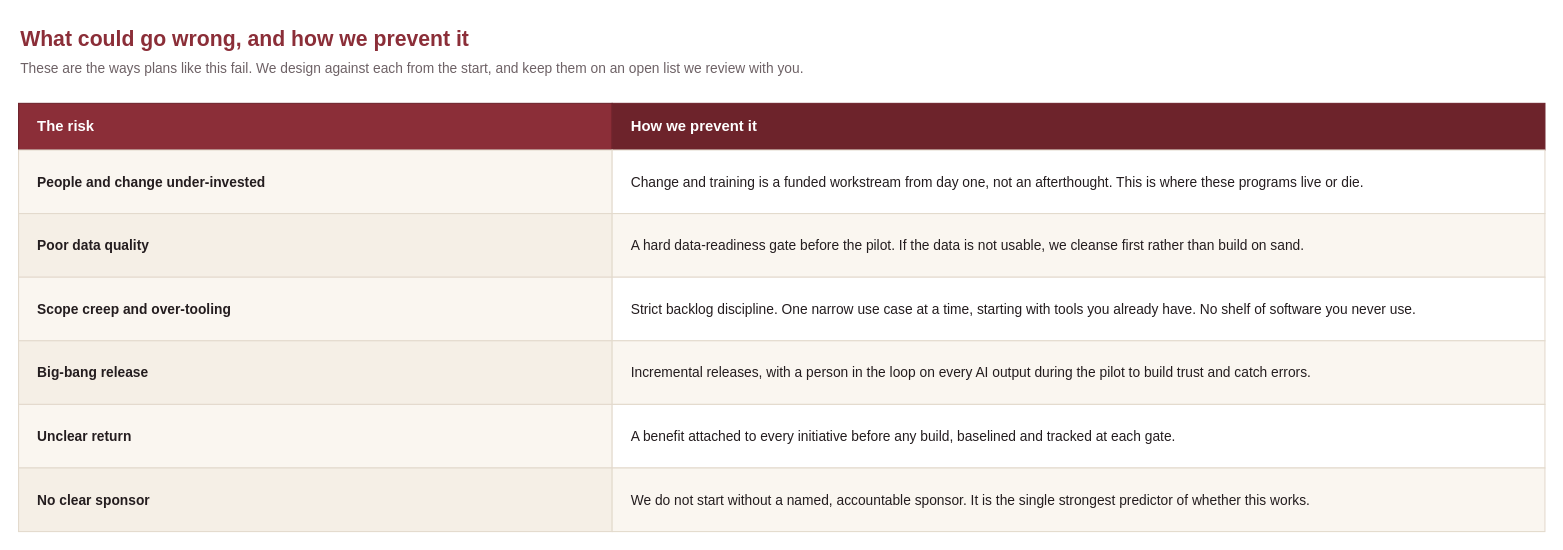
ademczuk/top-spirit-delivery keeps this draw.io diagram as diagrams/8-risk.drawio. Above is the earlier version. Source tidied: cells renumbered, new cells numbered last; positions are measured from the earlier drawing's top-left corner, leaving out a move shared by most shapes. Both pictures are drawn from the tidied source at 106%, with x=0, y=0 at pixel (18, 18).
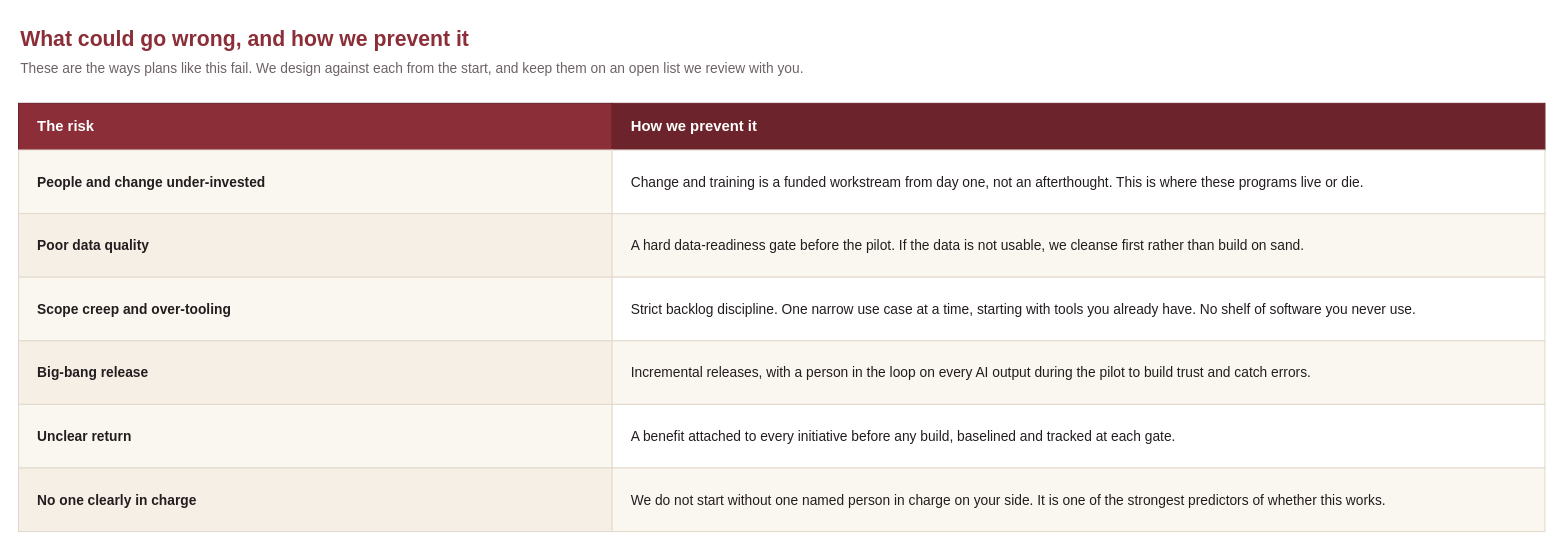
After the change.

What changed in the source:
```diff
@@
 <mxGraphModel background="#ffffff">
   <root>
     <mxCell id="0" />
     <mxCell id="1" parent="0" />
     <mxCell id="2" value="What could go wrong, and how we prevent it" style="text;html=1;align=left;verticalAlign=middle;fontColor=#8b2e38;fontSize=20;fontStyle=1;" parent="1" vertex="1">
       <mxGeometry width="1420" height="36" as="geometry" />
     </mxCell>
     <mxCell id="3" value="These are the ways plans like this fail. We design against each from the start, and keep them on an open list we review with you." style="text;html=1;align=left;verticalAlign=middle;fontColor=#6e6266;fontSize=13;" parent="1" vertex="1">
       <mxGeometry y="36" width="1420" height="22" as="geometry" />
     </mxCell>
     <mxCell id="4" value="The risk" style="rounded=0;html=1;whiteSpace=wrap;fillColor=#8b2e38;strokeColor=#6d232b;fontColor=#ffffff;fontSize=14;fontStyle=1;align=left;verticalAlign=middle;spacingLeft=16;" parent="1" vertex="1">
       <mxGeometry y="80" width="560" height="44" as="geometry" />
     </mxCell>
     <mxCell id="5" value="How we prevent it" style="rounded=0;html=1;whiteSpace=wrap;fillColor=#6d232b;strokeColor=#6d232b;fontColor=#ffffff;fontSize=14;fontStyle=1;align=left;verticalAlign=middle;spacingLeft=16;" parent="1" vertex="1">
       <mxGeometry x="560" y="80" width="880" height="44" as="geometry" />
     </mxCell>
     <mxCell id="6" value="People and change under-invested" style="rounded=0;html=1;whiteSpace=wrap;fillColor=#faf6f0;strokeColor=#e3dacd;fontColor=#241d1f;fontSize=13;align=left;verticalAlign=middle;spacingLeft=16;fontStyle=1;" parent="1" vertex="1">
       <mxGeometry y="124" width="560" height="60" as="geometry" />
     </mxCell>
     <mxCell id="7" value="Change and training is a funded workstream from day one, not an afterthought. This is where these programs live or die." style="rounded=0;html=1;whiteSpace=wrap;fillColor=#ffffff;strokeColor=#e3dacd;fontColor=#241d1f;fontSize=13;align=left;verticalAlign=middle;spacingLeft=16;" parent="1" vertex="1">
       <mxGeometry x="560" y="124" width="880" height="60" as="geometry" />
     </mxCell>
     <mxCell id="8" value="Poor data quality" style="rounded=0;html=1;whiteSpace=wrap;fillColor=#f5efe6;strokeColor=#e3dacd;fontColor=#241d1f;fontSize=13;align=left;verticalAlign=middle;spacingLeft=16;fontStyle=1;" parent="1" vertex="1">
       <mxGeometry y="184" width="560" height="60" as="geometry" />
     </mxCell>
     <mxCell id="9" value="A hard data-readiness gate before the pilot. If the data is not usable, we cleanse first rather than build on sand." style="rounded=0;html=1;whiteSpace=wrap;fillColor=#faf6f0;strokeColor=#e3dacd;fontColor=#241d1f;fontSize=13;align=left;verticalAlign=middle;spacingLeft=16;" parent="1" vertex="1">
       <mxGeometry x="560" y="184" width="880" height="60" as="geometry" />
     </mxCell>
     <mxCell id="10" value="Scope creep and over-tooling" style="rounded=0;html=1;whiteSpace=wrap;fillColor=#faf6f0;strokeColor=#e3dacd;fontColor=#241d1f;fontSize=13;align=left;verticalAlign=middle;spacingLeft=16;fontStyle=1;" parent="1" vertex="1">
       <mxGeometry y="244" width="560" height="60" as="geometry" />
     </mxCell>
     <mxCell id="11" value="Strict backlog discipline. One narrow use case at a time, starting with tools you already have. No shelf of software you never use." style="rounded=0;html=1;whiteSpace=wrap;fillColor=#ffffff;strokeColor=#e3dacd;fontColor=#241d1f;fontSize=13;align=left;verticalAlign=middle;spacingLeft=16;" parent="1" vertex="1">
       <mxGeometry x="560" y="244" width="880" height="60" as="geometry" />
     </mxCell>
     <mxCell id="12" value="Big-bang release" style="rounded=0;html=1;whiteSpace=wrap;fillColor=#f5efe6;strokeColor=#e3dacd;fontColor=#241d1f;fontSize=13;align=left;verticalAlign=middle;spacingLeft=16;fontStyle=1;" parent="1" vertex="1">
       <mxGeometry y="304" width="560" height="60" as="geometry" />
     </mxCell>
     <mxCell id="13" value="Incremental releases, with a person in the loop on every AI output during the pilot to build trust and catch errors." style="rounded=0;html=1;whiteSpace=wrap;fillColor=#faf6f0;strokeColor=#e3dacd;fontColor=#241d1f;fontSize=13;align=left;verticalAlign=middle;spacingLeft=16;" parent="1" vertex="1">
       <mxGeometry x="560" y="304" width="880" height="60" as="geometry" />
     </mxCell>
     <mxCell id="14" value="Unclear return" style="rounded=0;html=1;whiteSpace=wrap;fillColor=#faf6f0;strokeColor=#e3dacd;fontColor=#241d1f;fontSize=13;align=left;verticalAlign=middle;spacingLeft=16;fontStyle=1;" parent="1" vertex="1">
       <mxGeometry y="364" width="560" height="60" as="geometry" />
     </mxCell>
     <mxCell id="15" value="A benefit attached to every initiative before any build, baselined and tracked at each gate." style="rounded=0;html=1;whiteSpace=wrap;fillColor=#ffffff;strokeColor=#e3dacd;fontColor=#241d1f;fontSize=13;align=left;verticalAlign=middle;spacingLeft=16;" parent="1" vertex="1">
       <mxGeometry x="560" y="364" width="880" height="60" as="geometry" />
     </mxCell>
-    <mxCell id="16" value="No clear sponsor" style="rounded=0;html=1;whiteSpace=wrap;fillColor=#f5efe6;strokeColor=#e3dacd;fontColor=#241d1f;fontSize=13;align=left;verticalAlign=middle;spacingLeft=16;fontStyle=1;" parent="1" vertex="1">
+    <mxCell id="16" value="No one clearly in charge" style="rounded=0;html=1;whiteSpace=wrap;fillColor=#f5efe6;strokeColor=#e3dacd;fontColor=#241d1f;fontSize=13;align=left;verticalAlign=middle;spacingLeft=16;fontStyle=1;" parent="1" vertex="1">
       <mxGeometry y="424" width="560" height="60" as="geometry" />
     </mxCell>
-    <mxCell id="17" value="We do not start without a named, accountable sponsor. It is the single strongest predictor of whether this works." style="rounded=0;html=1;whiteSpace=wrap;fillColor=#faf6f0;strokeColor=#e3dacd;fontColor=#241d1f;fontSize=13;align=left;verticalAlign=middle;spacingLeft=16;" parent="1" vertex="1">
+    <mxCell id="17" value="We do not start without one named person in charge on your side. It is one of the strongest predictors of whether this works." style="rounded=0;html=1;whiteSpace=wrap;fillColor=#faf6f0;strokeColor=#e3dacd;fontColor=#241d1f;fontSize=13;align=left;verticalAlign=middle;spacingLeft=16;" parent="1" vertex="1">
       <mxGeometry x="560" y="424" width="880" height="60" as="geometry" />
     </mxCell>
   </root>
 </mxGraphModel>
```
